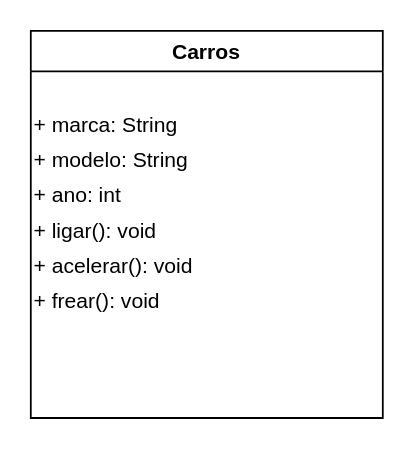
cleberkirch86/Prog1-Atividade2 keeps this draw.io diagram as UML/Carrps.drawio. Above is the earlier version. Source tidied: cells renumbered, new cells numbered last; positions are measured from the earlier drawing's top-left corner, leaving out a move shared by most shapes. Both pictures are drawn from the tidied source at 176%, with x=0, y=0 at pixel (30, 30).
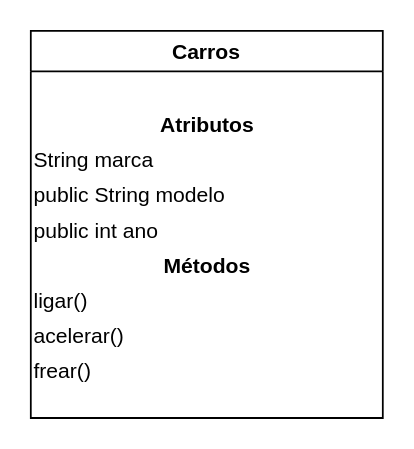
After the change.

Diff of the diagram source:
```diff
@@
 <mxGraphModel>
   <root>
     <mxCell id="0" />
     <mxCell id="1" parent="0" />
     <mxCell id="2" value="Carros" style="swimlane;fontStyle=1;" parent="1" vertex="1">
       <mxGeometry width="200" height="220" as="geometry" />
     </mxCell>
-    <mxCell id="3" value="+ marca: String" style="text;html=1;" parent="2" vertex="1">
+    <mxCell id="3" value="Atributos" style="text;html=1;align=center;fontStyle=1;" parent="2" vertex="1">
       <mxGeometry y="40" width="200" height="20" as="geometry" />
     </mxCell>
-    <mxCell id="4" value="+ modelo: String" style="text;html=1;" parent="2" vertex="1">
+    <mxCell id="4" value="String marca" style="text;html=1;" parent="2" vertex="1">
       <mxGeometry y="60" width="200" height="20" as="geometry" />
     </mxCell>
-    <mxCell id="5" value="+ ano: int" style="text;html=1;" parent="2" vertex="1">
+    <mxCell id="5" value="public String modelo" style="text;html=1;" parent="2" vertex="1">
       <mxGeometry y="80" width="200" height="20" as="geometry" />
     </mxCell>
-    <mxCell id="6" style="line;strokeColor=#000000;" parent="2" edge="1">
-      <mxGeometry relative="1" as="geometry" />
+    <mxCell id="6" value="public int ano" style="text;html=1;" parent="2" vertex="1">
+      <mxGeometry y="100" width="200" height="20" as="geometry" />
     </mxCell>
-    <mxCell id="7" value="+ ligar(): void" style="text;html=1;" parent="2" vertex="1">
-      <mxGeometry y="100" width="200" height="20" as="geometry" />
+    <mxCell id="7" value="Métodos" style="text;html=1;align=center;fontStyle=1;" parent="2" vertex="1">
+      <mxGeometry y="120" width="200" height="20" as="geometry" />
     </mxCell>
-    <mxCell id="8" value="+ acelerar(): void" style="text;html=1;" parent="2" vertex="1">
-      <mxGeometry y="120" width="200" height="20" as="geometry" />
+    <mxCell id="8" value="ligar()" style="text;html=1;" parent="2" vertex="1">
+      <mxGeometry y="140" width="200" height="20" as="geometry" />
     </mxCell>
-    <mxCell id="9" value="+ frear(): void" style="text;html=1;" parent="2" vertex="1">
-      <mxGeometry y="140" width="200" height="20" as="geometry" />
+    <mxCell id="9" value="acelerar()" style="text;html=1;" parent="2" vertex="1">
+      <mxGeometry y="160" width="200" height="20" as="geometry" />
     </mxCell>
+    <mxCell id="10" value="frear()" style="text;html=1;" parent="2" vertex="1">
+      <mxGeometry y="180" width="200" height="20" as="geometry" />
+    </mxCell>
   </root>
 </mxGraphModel>
```
